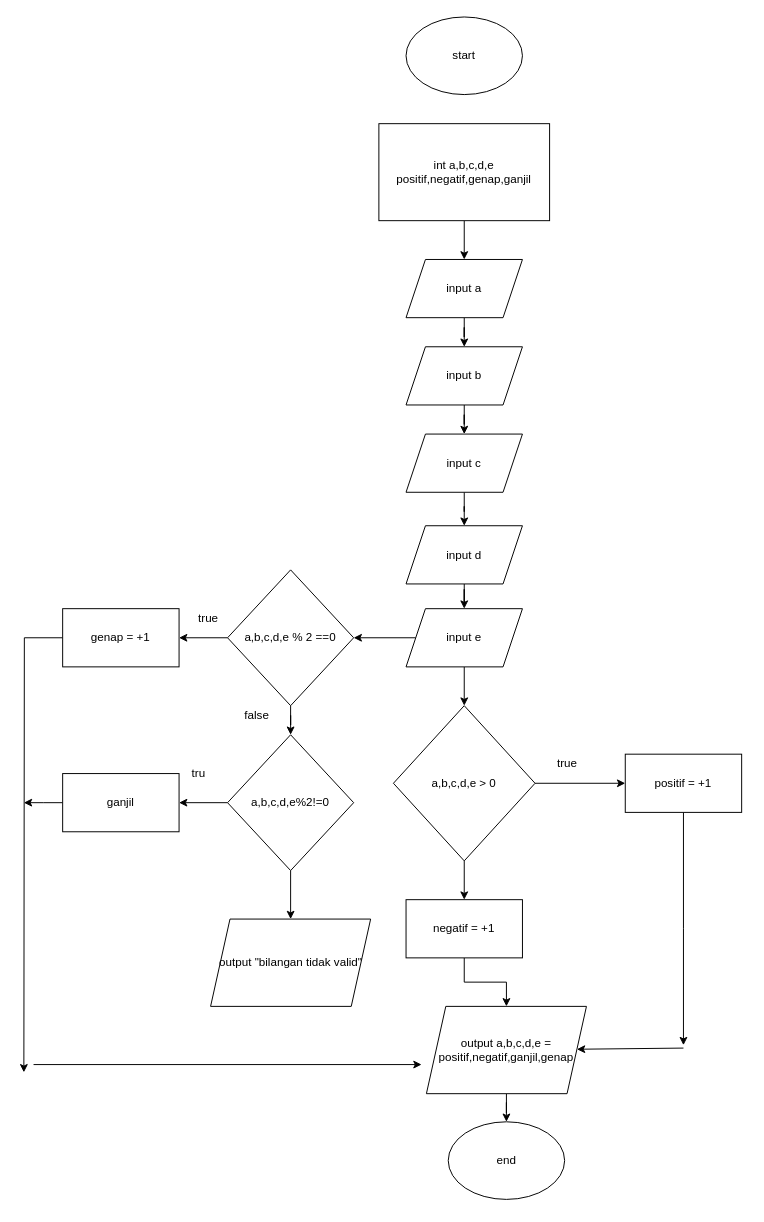
The draw.io diagram Tugas 3 Log&Algo.drawio in hafidalim/flowchart_kp, before the edit. Source tidied: cells renumbered, new cells numbered last; positions are measured from the earlier drawing's top-left corner, leaving out a move shared by most shapes. Both pictures are drawn from the tidied source at 97%, with x=0, y=0 at pixel (23, 16).
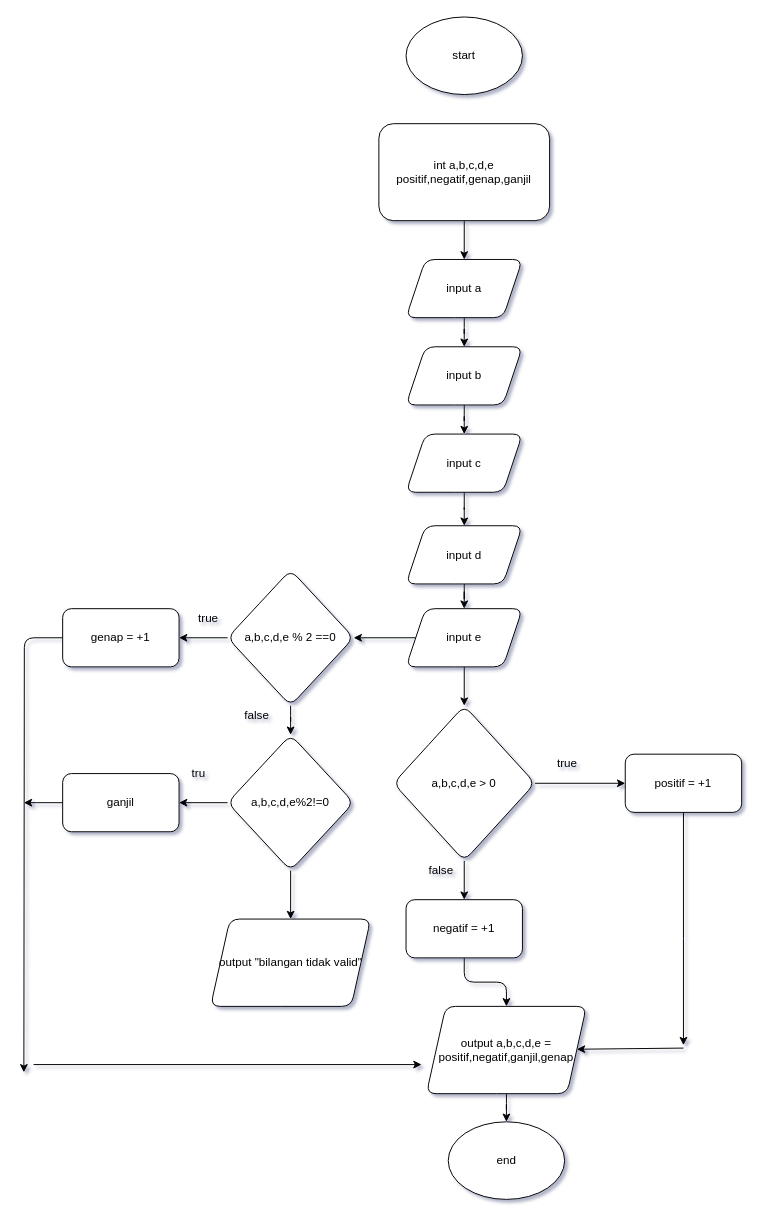
The same page after the edit.

Diff of the diagram source:
```diff
@@
-<mxGraphModel>
+<mxGraphModel shadow="1">
@@
-    <mxCell id="2" value="start" style="ellipse;whiteSpace=wrap;html=1;" parent="1" vertex="1">
+    <mxCell id="2" value="start" style="ellipse;whiteSpace=wrap;html=1;rounded=1;" parent="1" vertex="1">
       <mxGeometry x="394.1" width="120" height="80" as="geometry" />
     </mxCell>
-    <mxCell id="3" style="edgeStyle=orthogonalEdgeStyle;rounded=0;jettySize=auto;html=1;" parent="1" edge="1" source="4" target="6">
+    <mxCell id="3" style="edgeStyle=orthogonalEdgeStyle;jettySize=auto;html=1;" parent="1" edge="1" source="4" target="6">
       <mxGeometry relative="1" as="geometry" />
     </mxCell>
-    <mxCell id="4" value="int a,b,c,d,e&lt;br&gt;positif,negatif,genap,ganjil" style="rounded=0;whiteSpace=wrap;html=1;" parent="1" vertex="1">
+    <mxCell id="4" value="int a,b,c,d,e&lt;br&gt;positif,negatif,genap,ganjil" style="whiteSpace=wrap;html=1;rounded=1;" parent="1" vertex="1">
       <mxGeometry x="366.1" y="110" width="176" height="100" as="geometry" />
     </mxCell>
-    <mxCell id="5" style="edgeStyle=orthogonalEdgeStyle;rounded=0;jettySize=auto;html=1;" parent="1" edge="1" source="6" target="8">
+    <mxCell id="5" style="edgeStyle=orthogonalEdgeStyle;jettySize=auto;html=1;" parent="1" edge="1" source="6" target="8">
       <mxGeometry relative="1" as="geometry" />
     </mxCell>
-    <mxCell id="6" value="input a" style="shape=parallelogram;perimeter=parallelogramPerimeter;whiteSpace=wrap;html=1;fixedSize=1;rounded=0;" parent="1" vertex="1">
+    <mxCell id="6" value="input a" style="shape=parallelogram;perimeter=parallelogramPerimeter;whiteSpace=wrap;html=1;fixedSize=1;rounded=1;" parent="1" vertex="1">
       <mxGeometry x="394.1" y="250" width="120" height="60" as="geometry" />
     </mxCell>
-    <mxCell id="7" style="edgeStyle=orthogonalEdgeStyle;rounded=0;jettySize=auto;html=1;" parent="1" edge="1" source="8" target="10">
+    <mxCell id="7" style="edgeStyle=orthogonalEdgeStyle;jettySize=auto;html=1;" parent="1" edge="1" source="8" target="10">
       <mxGeometry relative="1" as="geometry" />
     </mxCell>
-    <mxCell id="8" value="input b" style="shape=parallelogram;perimeter=parallelogramPerimeter;whiteSpace=wrap;html=1;fixedSize=1;rounded=0;" parent="1" vertex="1">
+    <mxCell id="8" value="input b" style="shape=parallelogram;perimeter=parallelogramPerimeter;whiteSpace=wrap;html=1;fixedSize=1;rounded=1;" parent="1" vertex="1">
       <mxGeometry x="394.1" y="340" width="120" height="60" as="geometry" />
     </mxCell>
-    <mxCell id="9" style="edgeStyle=orthogonalEdgeStyle;rounded=0;jettySize=auto;html=1;" parent="1" edge="1" source="10" target="12">
+    <mxCell id="9" style="edgeStyle=orthogonalEdgeStyle;jettySize=auto;html=1;" parent="1" edge="1" source="10" target="12">
       <mxGeometry relative="1" as="geometry" />
     </mxCell>
-    <mxCell id="10" value="input c" style="shape=parallelogram;perimeter=parallelogramPerimeter;whiteSpace=wrap;html=1;fixedSize=1;rounded=0;" parent="1" vertex="1">
+    <mxCell id="10" value="input c" style="shape=parallelogram;perimeter=parallelogramPerimeter;whiteSpace=wrap;html=1;fixedSize=1;rounded=1;" parent="1" vertex="1">
       <mxGeometry x="394.1" y="430" width="120" height="60" as="geometry" />
     </mxCell>
-    <mxCell id="11" style="edgeStyle=orthogonalEdgeStyle;rounded=0;jettySize=auto;html=1;" parent="1" edge="1" source="12" target="15">
+    <mxCell id="11" style="edgeStyle=orthogonalEdgeStyle;jettySize=auto;html=1;" parent="1" edge="1" source="12" target="15">
       <mxGeometry relative="1" as="geometry" />
     </mxCell>
-    <mxCell id="12" value="input d" style="shape=parallelogram;perimeter=parallelogramPerimeter;whiteSpace=wrap;html=1;fixedSize=1;rounded=0;" parent="1" vertex="1">
+    <mxCell id="12" value="input d" style="shape=parallelogram;perimeter=parallelogramPerimeter;whiteSpace=wrap;html=1;fixedSize=1;rounded=1;" parent="1" vertex="1">
       <mxGeometry x="394.1" y="524.5" width="120" height="60" as="geometry" />
     </mxCell>
-    <mxCell id="13" style="edgeStyle=orthogonalEdgeStyle;rounded=0;jettySize=auto;html=1;" parent="1" edge="1" source="15" target="18">
+    <mxCell id="13" style="edgeStyle=orthogonalEdgeStyle;jettySize=auto;html=1;" parent="1" edge="1" source="15" target="18">
       <mxGeometry relative="1" as="geometry" />
     </mxCell>
-    <mxCell id="14" style="edgeStyle=orthogonalEdgeStyle;rounded=0;jettySize=auto;html=1;" parent="1" edge="1" source="15" target="32">
+    <mxCell id="14" style="edgeStyle=orthogonalEdgeStyle;jettySize=auto;html=1;" parent="1" edge="1" source="15" target="32">
       <mxGeometry relative="1" as="geometry" />
     </mxCell>
-    <mxCell id="15" value="input e" style="shape=parallelogram;perimeter=parallelogramPerimeter;whiteSpace=wrap;html=1;fixedSize=1;rounded=0;" parent="1" vertex="1">
+    <mxCell id="15" value="input e" style="shape=parallelogram;perimeter=parallelogramPerimeter;whiteSpace=wrap;html=1;fixedSize=1;rounded=1;" parent="1" vertex="1">
       <mxGeometry x="394.1" y="610" width="120" height="60" as="geometry" />
     </mxCell>
-    <mxCell id="16" style="edgeStyle=orthogonalEdgeStyle;rounded=0;jettySize=auto;html=1;" parent="1" edge="1" source="18" target="20">
+    <mxCell id="16" style="edgeStyle=orthogonalEdgeStyle;jettySize=auto;html=1;" parent="1" edge="1" source="18" target="20">
       <mxGeometry relative="1" as="geometry" />
     </mxCell>
-    <mxCell id="17" style="edgeStyle=orthogonalEdgeStyle;rounded=0;jettySize=auto;html=1;" parent="1" edge="1" source="18" target="24">
+    <mxCell id="17" style="edgeStyle=orthogonalEdgeStyle;jettySize=auto;html=1;" parent="1" edge="1" source="18" target="24">
       <mxGeometry relative="1" as="geometry" />
     </mxCell>
-    <mxCell id="18" value="a,b,c,d,e % 2 ==0" style="rhombus;whiteSpace=wrap;html=1;" parent="1" vertex="1">
+    <mxCell id="18" value="a,b,c,d,e % 2 ==0" style="rhombus;whiteSpace=wrap;html=1;rounded=1;" parent="1" vertex="1">
       <mxGeometry x="210.1" y="570" width="130" height="140" as="geometry" />
     </mxCell>
-    <mxCell id="19" style="edgeStyle=orthogonalEdgeStyle;rounded=0;jettySize=auto;html=1;" parent="1" edge="1" source="20">
+    <mxCell id="19" style="edgeStyle=orthogonalEdgeStyle;jettySize=auto;html=1;" parent="1" edge="1" source="20">
       <mxGeometry relative="1" as="geometry">
         <mxPoint x="0.1" y="1088" as="targetPoint" />
       </mxGeometry>
     </mxCell>
-    <mxCell id="20" value="genap = +1" style="whiteSpace=wrap;html=1;" parent="1" vertex="1">
+    <mxCell id="20" value="genap = +1" style="whiteSpace=wrap;html=1;rounded=1;" parent="1" vertex="1">
       <mxGeometry x="40.1" y="610" width="120" height="60" as="geometry" />
     </mxCell>
-    <mxCell id="21" value="true" style="text;html=1;align=center;verticalAlign=middle;" parent="1" vertex="1">
+    <mxCell id="21" value="true" style="text;html=1;align=center;verticalAlign=middle;rounded=1;" parent="1" vertex="1">
       <mxGeometry x="170.1" y="610" width="40" height="20" as="geometry" />
     </mxCell>
-    <mxCell id="22" style="edgeStyle=orthogonalEdgeStyle;rounded=0;jettySize=auto;html=1;" parent="1" edge="1" source="24" target="27">
+    <mxCell id="22" style="edgeStyle=orthogonalEdgeStyle;jettySize=auto;html=1;" parent="1" edge="1" source="24" target="27">
       <mxGeometry relative="1" as="geometry" />
     </mxCell>
-    <mxCell id="23" style="edgeStyle=orthogonalEdgeStyle;rounded=0;jettySize=auto;html=1;" parent="1" edge="1" source="24" target="29">
+    <mxCell id="23" style="edgeStyle=orthogonalEdgeStyle;jettySize=auto;html=1;" parent="1" edge="1" source="24" target="29">
       <mxGeometry relative="1" as="geometry" />
     </mxCell>
-    <mxCell id="24" value="a,b,c,d,e%2!=0" style="rhombus;whiteSpace=wrap;html=1;" parent="1" vertex="1">
+    <mxCell id="24" value="a,b,c,d,e%2!=0" style="rhombus;whiteSpace=wrap;html=1;rounded=1;" parent="1" vertex="1">
       <mxGeometry x="210.1" y="740" width="130" height="140" as="geometry" />
     </mxCell>
-    <mxCell id="25" value="false" style="text;html=1;align=center;verticalAlign=middle;" parent="1" vertex="1">
+    <mxCell id="25" value="false" style="text;html=1;align=center;verticalAlign=middle;rounded=1;" parent="1" vertex="1">
       <mxGeometry x="220.1" y="710" width="40" height="20" as="geometry" />
     </mxCell>
-    <mxCell id="26" style="edgeStyle=orthogonalEdgeStyle;rounded=0;jettySize=auto;html=1;" parent="1" edge="1" source="27">
+    <mxCell id="26" style="edgeStyle=orthogonalEdgeStyle;jettySize=auto;html=1;" parent="1" edge="1" source="27">
       <mxGeometry relative="1" as="geometry">
         <mxPoint x="0.1" y="810" as="targetPoint" />
       </mxGeometry>
     </mxCell>
-    <mxCell id="27" value="ganjil" style="whiteSpace=wrap;html=1;" parent="1" vertex="1">
+    <mxCell id="27" value="ganjil" style="whiteSpace=wrap;html=1;rounded=1;" parent="1" vertex="1">
       <mxGeometry x="40.1" y="780" width="120" height="60" as="geometry" />
     </mxCell>
-    <mxCell id="28" value="tru" style="text;html=1;align=center;verticalAlign=middle;" parent="1" vertex="1">
+    <mxCell id="28" value="tru" style="text;html=1;align=center;verticalAlign=middle;rounded=1;" parent="1" vertex="1">
       <mxGeometry x="165.1" y="770" width="30" height="20" as="geometry" />
     </mxCell>
-    <mxCell id="29" value="output &quot;bilangan tidak valid&quot;" style="shape=parallelogram;perimeter=parallelogramPerimeter;whiteSpace=wrap;html=1;fixedSize=1;" parent="1" vertex="1">
+    <mxCell id="29" value="output &quot;bilangan tidak valid&quot;" style="shape=parallelogram;perimeter=parallelogramPerimeter;whiteSpace=wrap;html=1;fixedSize=1;rounded=1;" parent="1" vertex="1">
       <mxGeometry x="192.6" y="930" width="165" height="90" as="geometry" />
     </mxCell>
-    <mxCell id="30" style="edgeStyle=orthogonalEdgeStyle;rounded=0;jettySize=auto;html=1;" parent="1" edge="1" source="32" target="34">
+    <mxCell id="30" style="edgeStyle=orthogonalEdgeStyle;jettySize=auto;html=1;" parent="1" edge="1" source="32" target="34">
       <mxGeometry relative="1" as="geometry" />
     </mxCell>
-    <mxCell id="31" style="edgeStyle=orthogonalEdgeStyle;rounded=0;jettySize=auto;html=1;" parent="1" edge="1" source="32" target="37">
+    <mxCell id="31" style="edgeStyle=orthogonalEdgeStyle;jettySize=auto;html=1;" parent="1" edge="1" source="32" target="37">
       <mxGeometry relative="1" as="geometry" />
     </mxCell>
-    <mxCell id="32" value="a,b,c,d,e &amp;gt; 0" style="rhombus;whiteSpace=wrap;html=1;rounded=0;" parent="1" vertex="1">
+    <mxCell id="32" value="a,b,c,d,e &amp;gt; 0" style="rhombus;whiteSpace=wrap;html=1;rounded=1;" parent="1" vertex="1">
       <mxGeometry x="381.1" y="710" width="146" height="160" as="geometry" />
     </mxCell>
-    <mxCell id="33" style="edgeStyle=orthogonalEdgeStyle;rounded=0;jettySize=auto;html=1;" parent="1" edge="1" source="34">
+    <mxCell id="33" style="edgeStyle=orthogonalEdgeStyle;jettySize=auto;html=1;" parent="1" edge="1" source="34">
       <mxGeometry relative="1" as="geometry">
         <mxPoint x="680.1" y="1060" as="targetPoint" />
       </mxGeometry>
     </mxCell>
-    <mxCell id="34" value="positif = +1" style="whiteSpace=wrap;html=1;rounded=0;" parent="1" vertex="1">
+    <mxCell id="34" value="positif = +1" style="whiteSpace=wrap;html=1;rounded=1;" parent="1" vertex="1">
       <mxGeometry x="620.1" y="760" width="120" height="60" as="geometry" />
     </mxCell>
-    <mxCell id="35" value="true" style="text;html=1;align=center;verticalAlign=middle;" parent="1" vertex="1">
+    <mxCell id="35" value="true" style="text;html=1;align=center;verticalAlign=middle;rounded=1;" parent="1" vertex="1">
       <mxGeometry x="540.1" y="760" width="40" height="20" as="geometry" />
     </mxCell>
-    <mxCell id="36" style="edgeStyle=orthogonalEdgeStyle;rounded=0;jettySize=auto;html=1;" parent="1" edge="1" source="37" target="39">
+    <mxCell id="36" style="edgeStyle=orthogonalEdgeStyle;jettySize=auto;html=1;" parent="1" edge="1" source="37" target="39">
       <mxGeometry relative="1" as="geometry" />
     </mxCell>
-    <mxCell id="37" value="negatif = +1" style="whiteSpace=wrap;html=1;rounded=0;" parent="1" vertex="1">
+    <mxCell id="37" value="negatif = +1" style="whiteSpace=wrap;html=1;rounded=1;" parent="1" vertex="1">
       <mxGeometry x="394.1" y="910" width="120" height="60" as="geometry" />
     </mxCell>
-    <mxCell id="38" style="edgeStyle=orthogonalEdgeStyle;rounded=0;jettySize=auto;html=1;" parent="1" edge="1" source="39" target="42">
+    <mxCell id="38" style="edgeStyle=orthogonalEdgeStyle;jettySize=auto;html=1;" parent="1" edge="1" source="39" target="42">
       <mxGeometry relative="1" as="geometry" />
     </mxCell>
-    <mxCell id="39" value="output a,b,c,d,e = positif,negatif,ganjil,genap" style="shape=parallelogram;perimeter=parallelogramPerimeter;whiteSpace=wrap;html=1;fixedSize=1;" parent="1" vertex="1">
+    <mxCell id="39" value="output a,b,c,d,e = positif,negatif,ganjil,genap" style="shape=parallelogram;perimeter=parallelogramPerimeter;whiteSpace=wrap;html=1;fixedSize=1;rounded=1;" parent="1" vertex="1">
       <mxGeometry x="415.1" y="1020" width="165" height="90" as="geometry" />
     </mxCell>
@@
-    <mxCell id="42" value="end" style="ellipse;whiteSpace=wrap;html=1;" parent="1" vertex="1">
+    <mxCell id="42" value="end" style="ellipse;whiteSpace=wrap;html=1;rounded=1;" parent="1" vertex="1">
       <mxGeometry x="437.6" y="1139" width="120" height="80" as="geometry" />
     </mxCell>
+    <mxCell id="43" value="false" style="text;html=1;align=center;verticalAlign=middle;" parent="1" vertex="1">
+      <mxGeometry x="410" y="870" width="40" height="20" as="geometry" />
+    </mxCell>
```
